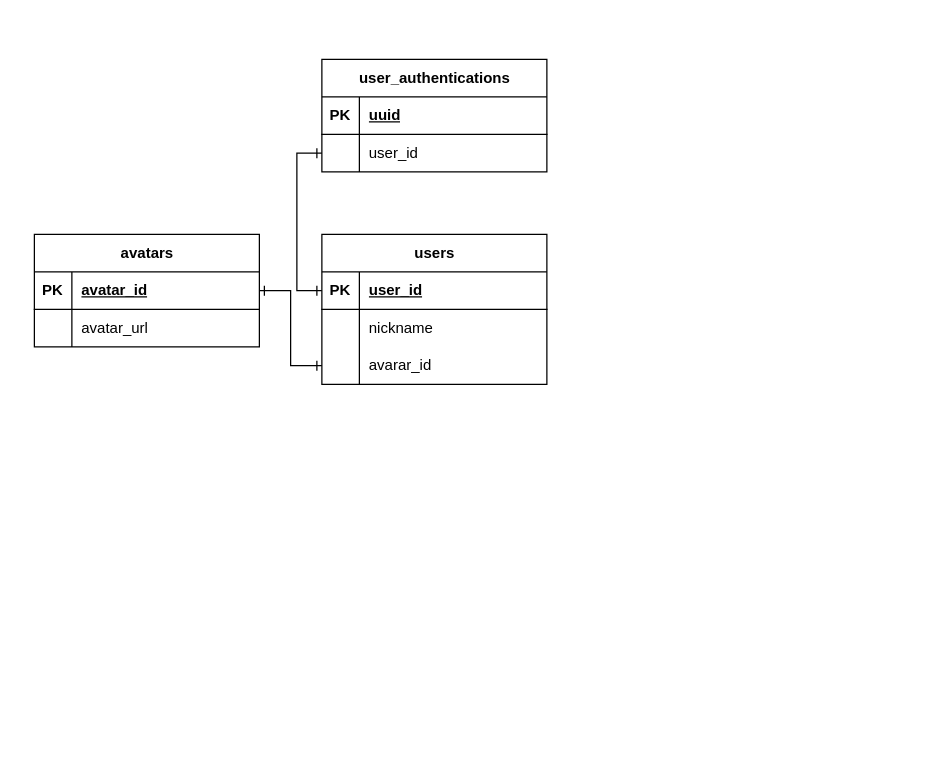
The draw.io diagram interview_simulator2.drawio in MaTTalv001/Interview_simulator2, before the edit. Source tidied: cells renumbered, new cells numbered last; positions are measured from the earlier drawing's top-left corner, leaving out a move shared by most shapes. Both pictures are drawn from the tidied source at 125%, with x=0, y=0 at pixel (34, 59).
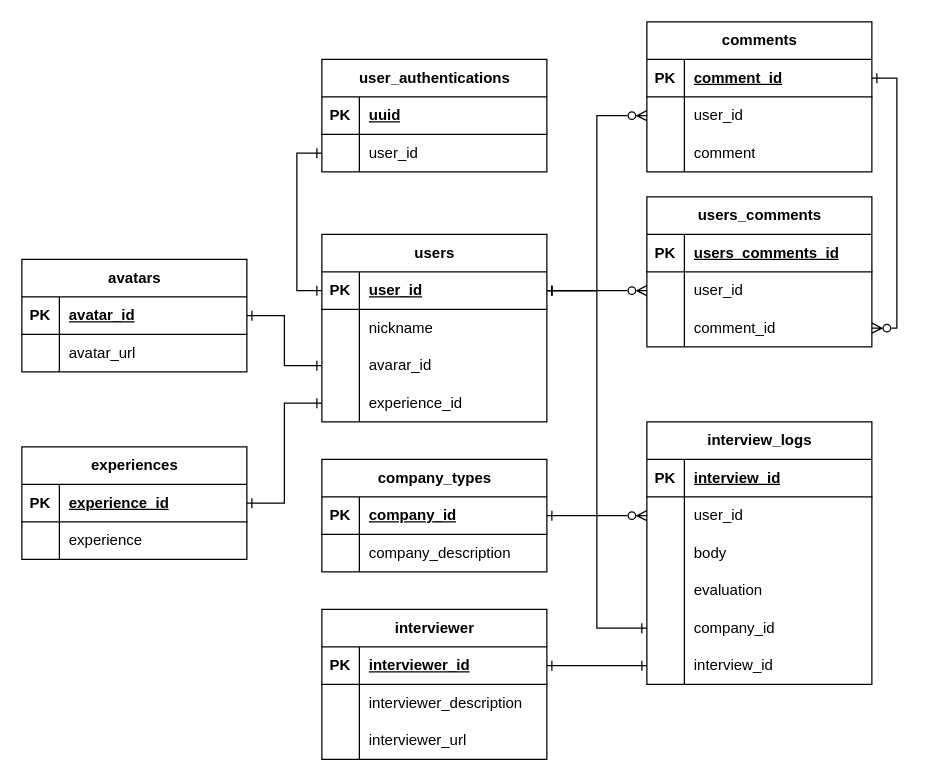
The same page after the edit.

Commit message (it also covers changes not shown here):
interview_simulator2.drawio を更新します

Unchanged cells that the change refers to:
```xml
<mxCell id="10" style="shape=tableRow;horizontal=0;startSize=0;swimlaneHead=0;swimlaneBody=0;fillColor=none;points=[[0,0.5],[1,0.5]];portConstraint=eastwest;top=0;left=0;right=0;bottom=1;" parent="9" vertex="1">
  <mxGeometry y="30" width="180" height="30" as="geometry" />
</mxCell>
```

What changed in the source:
```diff
@@
     <mxCell id="9" value="users" style="shape=table;startSize=30;childLayout=tableLayout;rowLines=0;fontStyle=1;align=center;html=1;" parent="1" vertex="1">
-      <mxGeometry x="230" y="140" width="180" height="120" as="geometry" />
+      <mxGeometry x="230" y="140" width="180" height="150" as="geometry" />
     </mxCell>
@@
+    <mxCell id="28" style="shape=tableRow;horizontal=0;startSize=0;swimlaneHead=0;swimlaneBody=0;fillColor=none;points=[[0,0.5],[1,0.5]];portConstraint=eastwest;top=0;left=0;right=0;bottom=0;" parent="9" vertex="1">
+      <mxGeometry y="120" width="180" height="30" as="geometry" />
+    </mxCell>
+    <mxCell id="29" style="shape=partialRectangle;fillColor=none;top=0;left=0;bottom=0;right=0;overflow=hidden;whiteSpace=wrap;html=1;" parent="28" vertex="1">
+      <mxGeometry width="30" height="30" as="geometry" />
+    </mxCell>
+    <mxCell id="30" value="experience_id" style="shape=partialRectangle;fillColor=none;top=0;left=0;bottom=0;right=0;align=left;spacingLeft=6;overflow=hidden;whiteSpace=wrap;html=1;" parent="28" vertex="1">
+      <mxGeometry x="30" width="150" height="30" as="geometry" />
+    </mxCell>
     <mxCell id="19" value="avatars" style="shape=table;startSize=30;childLayout=tableLayout;rowLines=0;fontStyle=1;align=center;html=1;" parent="1" vertex="1">
-      <mxGeometry y="140" width="180" height="90" as="geometry" />
+      <mxGeometry x="-10" y="160" width="180" height="90" as="geometry" />
     </mxCell>
@@
+    <mxCell id="31" value="company_types" style="shape=table;startSize=30;childLayout=tableLayout;rowLines=0;fontStyle=1;align=center;html=1;" parent="1" vertex="1">
+      <mxGeometry x="230" y="320" width="180" height="90" as="geometry" />
+    </mxCell>
+    <mxCell id="32" style="shape=tableRow;horizontal=0;startSize=0;swimlaneHead=0;swimlaneBody=0;fillColor=none;points=[[0,0.5],[1,0.5]];portConstraint=eastwest;top=0;left=0;right=0;bottom=1;" parent="31" vertex="1">
+      <mxGeometry y="30" width="180" height="30" as="geometry" />
+    </mxCell>
+    <mxCell id="33" value="PK" style="shape=partialRectangle;fillColor=none;top=0;left=0;bottom=0;right=0;fontStyle=1;overflow=hidden;whiteSpace=wrap;html=1;" parent="32" vertex="1">
+      <mxGeometry width="30" height="30" as="geometry" />
+    </mxCell>
+    <mxCell id="34" value="company_id" style="shape=partialRectangle;fillColor=none;top=0;left=0;bottom=0;right=0;align=left;spacingLeft=6;fontStyle=5;overflow=hidden;whiteSpace=wrap;html=1;" parent="32" vertex="1">
+      <mxGeometry x="30" width="150" height="30" as="geometry" />
+    </mxCell>
+    <mxCell id="35" style="shape=tableRow;horizontal=0;startSize=0;swimlaneHead=0;swimlaneBody=0;fillColor=none;top=0;left=0;right=0;bottom=0;" parent="31" vertex="1">
+      <mxGeometry y="60" width="180" height="30" as="geometry" />
+    </mxCell>
+    <mxCell id="36" style="shape=partialRectangle;fillColor=none;top=0;left=0;bottom=0;right=0;overflow=hidden;whiteSpace=wrap;html=1;" parent="35" vertex="1">
+      <mxGeometry width="30" height="30" as="geometry" />
+    </mxCell>
+    <mxCell id="37" value="company_description" style="shape=partialRectangle;fillColor=none;top=0;left=0;bottom=0;right=0;align=left;spacingLeft=6;overflow=hidden;whiteSpace=wrap;html=1;" parent="35" vertex="1">
+      <mxGeometry x="30" width="150" height="30" as="geometry" />
+    </mxCell>
+    <mxCell id="38" value="interviewer" style="shape=table;startSize=30;childLayout=tableLayout;rowLines=0;fontStyle=1;align=center;html=1;" parent="1" vertex="1">
+      <mxGeometry x="230" y="440" width="180" height="120" as="geometry" />
+    </mxCell>
+    <mxCell id="39" style="shape=tableRow;horizontal=0;startSize=0;swimlaneHead=0;swimlaneBody=0;fillColor=none;points=[[0,0.5],[1,0.5]];portConstraint=eastwest;top=0;left=0;right=0;bottom=1;" parent="38" vertex="1">
+      <mxGeometry y="30" width="180" height="30" as="geometry" />
+    </mxCell>
+    <mxCell id="40" value="PK" style="shape=partialRectangle;fillColor=none;top=0;left=0;bottom=0;right=0;fontStyle=1;overflow=hidden;whiteSpace=wrap;html=1;" parent="39" vertex="1">
+      <mxGeometry width="30" height="30" as="geometry" />
+    </mxCell>
+    <mxCell id="41" value="interviewer_id" style="shape=partialRectangle;fillColor=none;top=0;left=0;bottom=0;right=0;align=left;spacingLeft=6;fontStyle=5;overflow=hidden;whiteSpace=wrap;html=1;" parent="39" vertex="1">
+      <mxGeometry x="30" width="150" height="30" as="geometry" />
+    </mxCell>
+    <mxCell id="42" style="shape=tableRow;horizontal=0;startSize=0;swimlaneHead=0;swimlaneBody=0;fillColor=none;top=0;left=0;right=0;bottom=0;" parent="38" vertex="1">
+      <mxGeometry y="60" width="180" height="30" as="geometry" />
+    </mxCell>
+    <mxCell id="43" style="shape=partialRectangle;fillColor=none;top=0;left=0;bottom=0;right=0;overflow=hidden;whiteSpace=wrap;html=1;" parent="42" vertex="1">
+      <mxGeometry width="30" height="30" as="geometry" />
+    </mxCell>
+    <mxCell id="44" value="interviewer_description" style="shape=partialRectangle;fillColor=none;top=0;left=0;bottom=0;right=0;align=left;spacingLeft=6;overflow=hidden;whiteSpace=wrap;html=1;" parent="42" vertex="1">
+      <mxGeometry x="30" width="150" height="30" as="geometry" />
+    </mxCell>
+    <mxCell id="45" style="shape=tableRow;horizontal=0;startSize=0;swimlaneHead=0;swimlaneBody=0;fillColor=none;top=0;left=0;right=0;bottom=0;" parent="38" vertex="1">
+      <mxGeometry y="90" width="180" height="30" as="geometry" />
+    </mxCell>
+    <mxCell id="46" style="shape=partialRectangle;fillColor=none;top=0;left=0;bottom=0;right=0;overflow=hidden;whiteSpace=wrap;html=1;" parent="45" vertex="1">
+      <mxGeometry width="30" height="30" as="geometry" />
+    </mxCell>
+    <mxCell id="47" value="interviewer_url" style="shape=partialRectangle;fillColor=none;top=0;left=0;bottom=0;right=0;align=left;spacingLeft=6;overflow=hidden;whiteSpace=wrap;html=1;" parent="45" vertex="1">
+      <mxGeometry x="30" width="150" height="30" as="geometry" />
+    </mxCell>
+    <mxCell id="48" value="experiences" style="shape=table;startSize=30;childLayout=tableLayout;rowLines=0;fontStyle=1;align=center;html=1;" parent="1" vertex="1">
+      <mxGeometry x="-10" y="310" width="180" height="90" as="geometry" />
+    </mxCell>
+    <mxCell id="49" style="shape=tableRow;horizontal=0;startSize=0;swimlaneHead=0;swimlaneBody=0;fillColor=none;points=[[0,0.5],[1,0.5]];portConstraint=eastwest;top=0;left=0;right=0;bottom=1;" parent="48" vertex="1">
+      <mxGeometry y="30" width="180" height="30" as="geometry" />
+    </mxCell>
+    <mxCell id="50" value="PK" style="shape=partialRectangle;fillColor=none;top=0;left=0;bottom=0;right=0;fontStyle=1;overflow=hidden;whiteSpace=wrap;html=1;" parent="49" vertex="1">
+      <mxGeometry width="30" height="30" as="geometry" />
+    </mxCell>
+    <mxCell id="51" value="experience_id" style="shape=partialRectangle;fillColor=none;top=0;left=0;bottom=0;right=0;align=left;spacingLeft=6;fontStyle=5;overflow=hidden;whiteSpace=wrap;html=1;" parent="49" vertex="1">
+      <mxGeometry x="30" width="150" height="30" as="geometry" />
+    </mxCell>
+    <mxCell id="52" style="shape=tableRow;horizontal=0;startSize=0;swimlaneHead=0;swimlaneBody=0;fillColor=none;top=0;left=0;right=0;bottom=0;" parent="48" vertex="1">
+      <mxGeometry y="60" width="180" height="30" as="geometry" />
+    </mxCell>
+    <mxCell id="53" style="shape=partialRectangle;fillColor=none;top=0;left=0;bottom=0;right=0;overflow=hidden;whiteSpace=wrap;html=1;" parent="52" vertex="1">
+      <mxGeometry width="30" height="30" as="geometry" />
+    </mxCell>
+    <mxCell id="54" value="experience" style="shape=partialRectangle;fillColor=none;top=0;left=0;bottom=0;right=0;align=left;spacingLeft=6;overflow=hidden;whiteSpace=wrap;html=1;" parent="52" vertex="1">
+      <mxGeometry x="30" width="150" height="30" as="geometry" />
+    </mxCell>
+    <mxCell id="55" style="edgeStyle=orthogonalEdgeStyle;rounded=0;jettySize=auto;html=1;exitX=0;exitY=0.5;exitDx=0;exitDy=0;entryX=1;entryY=0.5;entryDx=0;entryDy=0;startArrow=ERone;startFill=0;endArrow=ERone;endFill=0;" parent="1" edge="1" source="28" target="49">
+      <mxGeometry relative="1" as="geometry" />
+    </mxCell>
+    <mxCell id="56" value="interview_logs" style="shape=table;startSize=30;childLayout=tableLayout;rowLines=0;fontStyle=1;align=center;html=1;" parent="1" vertex="1">
+      <mxGeometry x="490" y="290" width="180" height="210" as="geometry" />
+    </mxCell>
+    <mxCell id="57" style="shape=tableRow;horizontal=0;startSize=0;swimlaneHead=0;swimlaneBody=0;fillColor=none;top=0;left=0;right=0;bottom=1;" parent="56" vertex="1">
+      <mxGeometry y="30" width="180" height="30" as="geometry" />
+    </mxCell>
+    <mxCell id="58" value="PK" style="shape=partialRectangle;fillColor=none;top=0;left=0;bottom=0;right=0;fontStyle=1;overflow=hidden;whiteSpace=wrap;html=1;" parent="57" vertex="1">
+      <mxGeometry width="30" height="30" as="geometry" />
+    </mxCell>
+    <mxCell id="59" value="interview_id" style="shape=partialRectangle;fillColor=none;top=0;left=0;bottom=0;right=0;align=left;spacingLeft=6;fontStyle=5;overflow=hidden;whiteSpace=wrap;html=1;" parent="57" vertex="1">
+      <mxGeometry x="30" width="150" height="30" as="geometry" />
+    </mxCell>
+    <mxCell id="60" style="shape=tableRow;horizontal=0;startSize=0;swimlaneHead=0;swimlaneBody=0;fillColor=none;points=[[0,0.5],[1,0.5]];portConstraint=eastwest;top=0;left=0;right=0;bottom=0;" parent="56" vertex="1">
+      <mxGeometry y="60" width="180" height="30" as="geometry" />
+    </mxCell>
+    <mxCell id="61" style="shape=partialRectangle;fillColor=none;top=0;left=0;bottom=0;right=0;overflow=hidden;whiteSpace=wrap;html=1;" parent="60" vertex="1">
+      <mxGeometry width="30" height="30" as="geometry" />
+    </mxCell>
+    <mxCell id="62" value="user_id" style="shape=partialRectangle;fillColor=none;top=0;left=0;bottom=0;right=0;align=left;spacingLeft=6;overflow=hidden;whiteSpace=wrap;html=1;" parent="60" vertex="1">
+      <mxGeometry x="30" width="150" height="30" as="geometry" />
+    </mxCell>
+    <mxCell id="63" style="shape=tableRow;horizontal=0;startSize=0;swimlaneHead=0;swimlaneBody=0;fillColor=none;top=0;left=0;right=0;bottom=0;" parent="56" vertex="1">
+      <mxGeometry y="90" width="180" height="30" as="geometry" />
+    </mxCell>
+    <mxCell id="64" style="shape=partialRectangle;fillColor=none;top=0;left=0;bottom=0;right=0;overflow=hidden;whiteSpace=wrap;html=1;" parent="63" vertex="1">
+      <mxGeometry width="30" height="30" as="geometry" />
+    </mxCell>
+    <mxCell id="65" value="body" style="shape=partialRectangle;fillColor=none;top=0;left=0;bottom=0;right=0;align=left;spacingLeft=6;overflow=hidden;whiteSpace=wrap;html=1;" parent="63" vertex="1">
+      <mxGeometry x="30" width="150" height="30" as="geometry" />
+    </mxCell>
+    <mxCell id="66" style="shape=tableRow;horizontal=0;startSize=0;swimlaneHead=0;swimlaneBody=0;fillColor=none;top=0;left=0;right=0;bottom=0;" parent="56" vertex="1">
+      <mxGeometry y="120" width="180" height="30" as="geometry" />
+    </mxCell>
+    <mxCell id="67" style="shape=partialRectangle;fillColor=none;top=0;left=0;bottom=0;right=0;overflow=hidden;whiteSpace=wrap;html=1;" parent="66" vertex="1">
+      <mxGeometry width="30" height="30" as="geometry" />
+    </mxCell>
+    <mxCell id="68" value="evaluation" style="shape=partialRectangle;fillColor=none;top=0;left=0;bottom=0;right=0;align=left;spacingLeft=6;overflow=hidden;whiteSpace=wrap;html=1;" parent="66" vertex="1">
+      <mxGeometry x="30" width="150" height="30" as="geometry" />
+    </mxCell>
+    <mxCell id="69" style="shape=tableRow;horizontal=0;startSize=0;swimlaneHead=0;swimlaneBody=0;fillColor=none;points=[[0,0.5],[1,0.5]];portConstraint=eastwest;top=0;left=0;right=0;bottom=0;" parent="56" vertex="1">
+      <mxGeometry y="150" width="180" height="30" as="geometry" />
+    </mxCell>
+    <mxCell id="70" style="shape=partialRectangle;fillColor=none;top=0;left=0;bottom=0;right=0;overflow=hidden;whiteSpace=wrap;html=1;" parent="69" vertex="1">
+      <mxGeometry width="30" height="30" as="geometry" />
+    </mxCell>
+    <mxCell id="71" value="company_id" style="shape=partialRectangle;fillColor=none;top=0;left=0;bottom=0;right=0;align=left;spacingLeft=6;overflow=hidden;whiteSpace=wrap;html=1;" parent="69" vertex="1">
+      <mxGeometry x="30" width="150" height="30" as="geometry" />
+    </mxCell>
+    <mxCell id="72" style="shape=tableRow;horizontal=0;startSize=0;swimlaneHead=0;swimlaneBody=0;fillColor=none;points=[[0,0.5],[1,0.5]];portConstraint=eastwest;top=0;left=0;right=0;bottom=0;" parent="56" vertex="1">
+      <mxGeometry y="180" width="180" height="30" as="geometry" />
+    </mxCell>
+    <mxCell id="73" style="shape=partialRectangle;fillColor=none;top=0;left=0;bottom=0;right=0;overflow=hidden;whiteSpace=wrap;html=1;" parent="72" vertex="1">
+      <mxGeometry width="30" height="30" as="geometry" />
+    </mxCell>
+    <mxCell id="74" value="interview_id" style="shape=partialRectangle;fillColor=none;top=0;left=0;bottom=0;right=0;align=left;spacingLeft=6;overflow=hidden;whiteSpace=wrap;html=1;" parent="72" vertex="1">
+      <mxGeometry x="30" width="150" height="30" as="geometry" />
+    </mxCell>
+    <mxCell id="75" style="edgeStyle=orthogonalEdgeStyle;rounded=0;jettySize=auto;html=1;exitX=1;exitY=0.5;exitDx=0;exitDy=0;entryX=0;entryY=0.5;entryDx=0;entryDy=0;startArrow=ERone;startFill=0;endArrow=ERzeroToMany;endFill=0;" parent="1" edge="1" source="10" target="60">
+      <mxGeometry relative="1" as="geometry" />
+    </mxCell>
+    <mxCell id="76" style="edgeStyle=orthogonalEdgeStyle;rounded=0;jettySize=auto;html=1;exitX=1;exitY=0.5;exitDx=0;exitDy=0;entryX=0;entryY=0.5;entryDx=0;entryDy=0;startArrow=ERone;startFill=0;endArrow=ERone;endFill=0;" parent="1" edge="1" source="32" target="69">
+      <mxGeometry relative="1" as="geometry" />
+    </mxCell>
+    <mxCell id="77" style="edgeStyle=orthogonalEdgeStyle;rounded=0;jettySize=auto;html=1;entryX=1;entryY=0.5;entryDx=0;entryDy=0;startArrow=ERone;startFill=0;endArrow=ERone;endFill=0;" parent="1" edge="1" source="72" target="39">
+      <mxGeometry relative="1" as="geometry" />
+    </mxCell>
+    <mxCell id="78" value="comments" style="shape=table;startSize=30;childLayout=tableLayout;rowLines=0;fontStyle=1;align=center;html=1;" parent="1" vertex="1">
+      <mxGeometry x="490" y="-30" width="180" height="120" as="geometry" />
+    </mxCell>
+    <mxCell id="79" style="shape=tableRow;horizontal=0;startSize=0;swimlaneHead=0;swimlaneBody=0;fillColor=none;points=[[0,0.5],[1,0.5]];portConstraint=eastwest;top=0;left=0;right=0;bottom=1;" parent="78" vertex="1">
+      <mxGeometry y="30" width="180" height="30" as="geometry" />
+    </mxCell>
+    <mxCell id="80" value="PK" style="shape=partialRectangle;fillColor=none;top=0;left=0;bottom=0;right=0;fontStyle=1;overflow=hidden;whiteSpace=wrap;html=1;" parent="79" vertex="1">
+      <mxGeometry width="30" height="30" as="geometry" />
+    </mxCell>
+    <mxCell id="81" value="comment_id" style="shape=partialRectangle;fillColor=none;top=0;left=0;bottom=0;right=0;align=left;spacingLeft=6;fontStyle=5;overflow=hidden;whiteSpace=wrap;html=1;" parent="79" vertex="1">
+      <mxGeometry x="30" width="150" height="30" as="geometry" />
+    </mxCell>
+    <mxCell id="82" style="shape=tableRow;horizontal=0;startSize=0;swimlaneHead=0;swimlaneBody=0;fillColor=none;points=[[0,0.5],[1,0.5]];portConstraint=eastwest;top=0;left=0;right=0;bottom=0;" parent="78" vertex="1">
+      <mxGeometry y="60" width="180" height="30" as="geometry" />
+    </mxCell>
+    <mxCell id="83" style="shape=partialRectangle;fillColor=none;top=0;left=0;bottom=0;right=0;overflow=hidden;whiteSpace=wrap;html=1;" parent="82" vertex="1">
+      <mxGeometry width="30" height="30" as="geometry" />
+    </mxCell>
+    <mxCell id="84" value="user_id" style="shape=partialRectangle;fillColor=none;top=0;left=0;bottom=0;right=0;align=left;spacingLeft=6;overflow=hidden;whiteSpace=wrap;html=1;" parent="82" vertex="1">
+      <mxGeometry x="30" width="150" height="30" as="geometry" />
+    </mxCell>
+    <mxCell id="85" style="shape=tableRow;horizontal=0;startSize=0;swimlaneHead=0;swimlaneBody=0;fillColor=none;top=0;left=0;right=0;bottom=0;" parent="78" vertex="1">
+      <mxGeometry y="90" width="180" height="30" as="geometry" />
+    </mxCell>
+    <mxCell id="86" style="shape=partialRectangle;fillColor=none;top=0;left=0;bottom=0;right=0;overflow=hidden;whiteSpace=wrap;html=1;" parent="85" vertex="1">
+      <mxGeometry width="30" height="30" as="geometry" />
+    </mxCell>
+    <mxCell id="87" value="comment" style="shape=partialRectangle;fillColor=none;top=0;left=0;bottom=0;right=0;align=left;spacingLeft=6;overflow=hidden;whiteSpace=wrap;html=1;" parent="85" vertex="1">
+      <mxGeometry x="30" width="150" height="30" as="geometry" />
+    </mxCell>
+    <mxCell id="88" style="edgeStyle=orthogonalEdgeStyle;rounded=0;jettySize=auto;html=1;exitX=1;exitY=0.5;exitDx=0;exitDy=0;entryX=0;entryY=0.5;entryDx=0;entryDy=0;startArrow=ERone;startFill=0;endArrow=ERzeroToMany;endFill=0;" parent="1" edge="1" source="10" target="82">
+      <mxGeometry relative="1" as="geometry" />
+    </mxCell>
+    <mxCell id="89" value="users_comments" style="shape=table;startSize=30;childLayout=tableLayout;rowLines=0;fontStyle=1;align=center;html=1;" parent="1" vertex="1">
+      <mxGeometry x="490" y="110" width="180" height="120" as="geometry" />
+    </mxCell>
+    <mxCell id="90" style="shape=tableRow;horizontal=0;startSize=0;swimlaneHead=0;swimlaneBody=0;fillColor=none;top=0;left=0;right=0;bottom=1;" parent="89" vertex="1">
+      <mxGeometry y="30" width="180" height="30" as="geometry" />
+    </mxCell>
+    <mxCell id="91" value="PK" style="shape=partialRectangle;fillColor=none;top=0;left=0;bottom=0;right=0;fontStyle=1;overflow=hidden;whiteSpace=wrap;html=1;" parent="90" vertex="1">
+      <mxGeometry width="30" height="30" as="geometry" />
+    </mxCell>
+    <mxCell id="92" value="users_comments_id" style="shape=partialRectangle;fillColor=none;top=0;left=0;bottom=0;right=0;align=left;spacingLeft=6;fontStyle=5;overflow=hidden;whiteSpace=wrap;html=1;" parent="90" vertex="1">
+      <mxGeometry x="30" width="150" height="30" as="geometry" />
+    </mxCell>
+    <mxCell id="93" style="shape=tableRow;horizontal=0;startSize=0;swimlaneHead=0;swimlaneBody=0;fillColor=none;points=[[0,0.5],[1,0.5]];portConstraint=eastwest;top=0;left=0;right=0;bottom=0;" parent="89" vertex="1">
+      <mxGeometry y="60" width="180" height="30" as="geometry" />
+    </mxCell>
+    <mxCell id="94" style="shape=partialRectangle;fillColor=none;top=0;left=0;bottom=0;right=0;overflow=hidden;whiteSpace=wrap;html=1;" parent="93" vertex="1">
+      <mxGeometry width="30" height="30" as="geometry" />
+    </mxCell>
+    <mxCell id="95" value="user_id" style="shape=partialRectangle;fillColor=none;top=0;left=0;bottom=0;right=0;align=left;spacingLeft=6;overflow=hidden;whiteSpace=wrap;html=1;" parent="93" vertex="1">
+      <mxGeometry x="30" width="150" height="30" as="geometry" />
+    </mxCell>
+    <mxCell id="96" style="shape=tableRow;horizontal=0;startSize=0;swimlaneHead=0;swimlaneBody=0;fillColor=none;points=[[0,0.5],[1,0.5]];portConstraint=eastwest;top=0;left=0;right=0;bottom=0;" parent="89" vertex="1">
+      <mxGeometry y="90" width="180" height="30" as="geometry" />
+    </mxCell>
+    <mxCell id="97" style="shape=partialRectangle;fillColor=none;top=0;left=0;bottom=0;right=0;overflow=hidden;whiteSpace=wrap;html=1;" parent="96" vertex="1">
+      <mxGeometry width="30" height="30" as="geometry" />
+    </mxCell>
+    <mxCell id="98" value="comment_id" style="shape=partialRectangle;fillColor=none;top=0;left=0;bottom=0;right=0;align=left;spacingLeft=6;overflow=hidden;whiteSpace=wrap;html=1;" parent="96" vertex="1">
+      <mxGeometry x="30" width="150" height="30" as="geometry" />
+    </mxCell>
+    <mxCell id="99" style="edgeStyle=orthogonalEdgeStyle;rounded=0;jettySize=auto;html=1;exitX=1;exitY=0.5;exitDx=0;exitDy=0;entryX=0;entryY=0.5;entryDx=0;entryDy=0;startArrow=ERone;startFill=0;endArrow=ERzeroToMany;endFill=0;" parent="1" edge="1" source="10" target="93">
+      <mxGeometry relative="1" as="geometry" />
+    </mxCell>
+    <mxCell id="100" style="edgeStyle=orthogonalEdgeStyle;rounded=0;jettySize=auto;html=1;exitX=1;exitY=0.5;exitDx=0;exitDy=0;entryX=1;entryY=0.5;entryDx=0;entryDy=0;endArrow=ERone;endFill=0;startArrow=ERzeroToMany;startFill=0;" parent="1" edge="1" source="96" target="79">
+      <mxGeometry relative="1" as="geometry" />
+    </mxCell>
```
